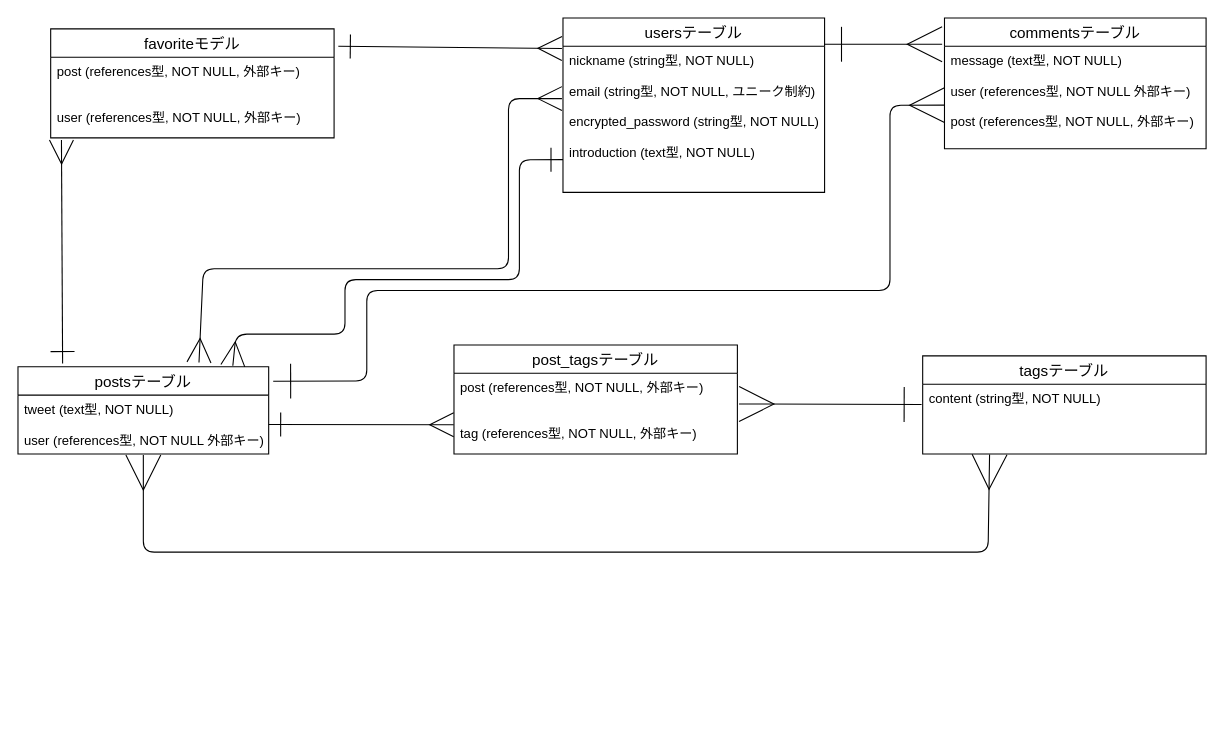
The draw.io diagram repeatstudy.dio in mth3428/repeatstudy, before the edit. Source tidied: cells renumbered, new cells numbered last; positions are measured from the earlier drawing's top-left corner, leaving out a move shared by most shapes. Both pictures are drawn from the tidied source at 109%, with x=0, y=0 at pixel (17, 17).
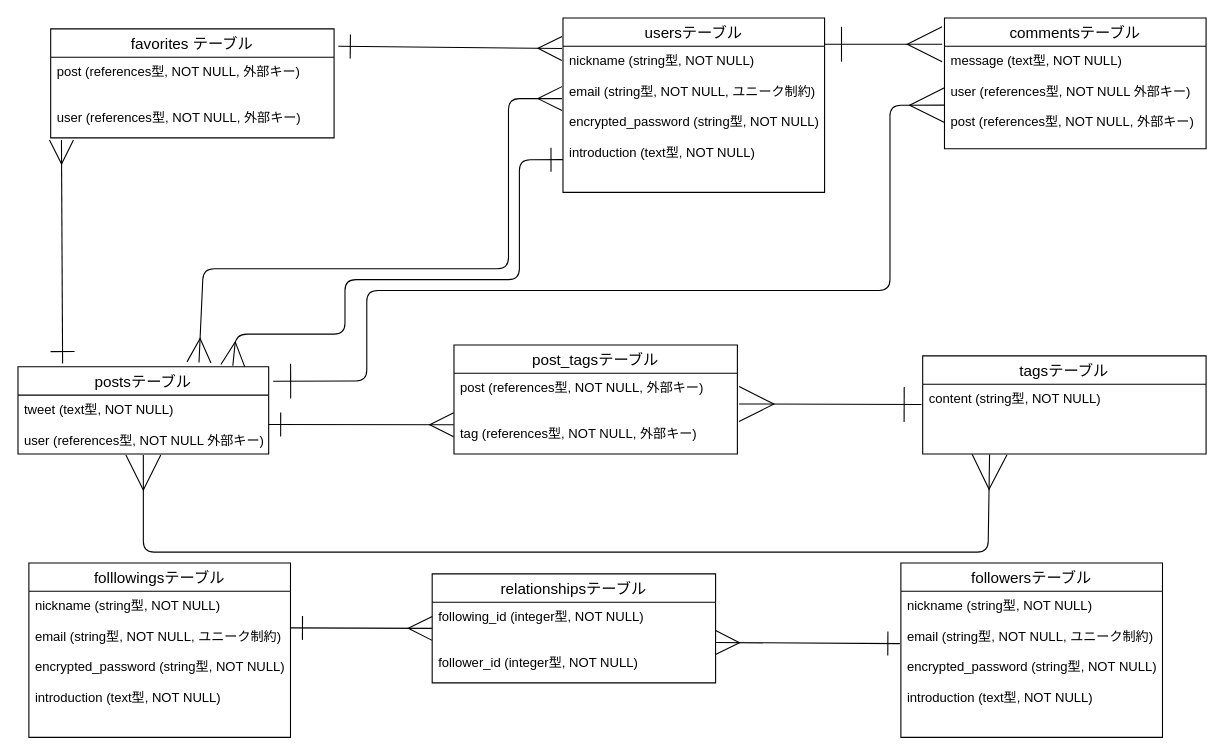
After the change.

What changed in the source:
```diff
@@
-    <mxCell id="18" value="favoriteモデル" style="swimlane;fontStyle=0;horizontal=1;startSize=26;align=center;fontSize=14;" parent="1" vertex="1">
+    <mxCell id="18" value="favorites テーブル" style="swimlane;fontStyle=0;horizontal=1;startSize=26;align=center;fontSize=14;" parent="1" vertex="1">
       <mxGeometry x="30" y="10" width="260" height="100" as="geometry" />
     </mxCell>
@@
+    <mxCell id="23" value="relationshipsテーブル" style="swimlane;fontStyle=0;horizontal=1;startSize=26;align=center;fontSize=14;" parent="1" vertex="1">
+      <mxGeometry x="380" y="510" width="260" height="100" as="geometry" />
+    </mxCell>
+    <mxCell id="24" value="following_id (integer型, NOT NULL)&#10;&#10;&#10;follower_id (integer型, NOT NULL)" style="text;strokeColor=none;fillColor=none;spacingLeft=4;spacingRight=4;overflow=hidden;points=[[0,0.5],[1,0.5]];portConstraint=eastwest;fontSize=12;" parent="23" vertex="1">
+      <mxGeometry y="26" width="260" height="74" as="geometry" />
+    </mxCell>
+    <mxCell id="25" value="followersテーブル" style="swimlane;fontStyle=0;horizontal=1;startSize=26;align=center;fontSize=14;" parent="1" vertex="1">
+      <mxGeometry x="810" y="500" width="240" height="160" as="geometry" />
+    </mxCell>
+    <mxCell id="26" value="nickname (string型, NOT NULL)&#10;&#10;email (string型, NOT NULL, ユニーク制約)&#10;&#10;encrypted_password (string型, NOT NULL)&#10;&#10;introduction (text型, NOT NULL)&#10;" style="text;strokeColor=none;fillColor=none;spacingLeft=4;spacingRight=4;overflow=hidden;points=[[0,0.5],[1,0.5]];portConstraint=eastwest;fontSize=12;" parent="25" vertex="1">
+      <mxGeometry y="26" width="240" height="134" as="geometry" />
+    </mxCell>
+    <mxCell id="27" value="folllowingsテーブル" style="swimlane;fontStyle=0;horizontal=1;startSize=26;align=center;fontSize=14;" parent="1" vertex="1">
+      <mxGeometry x="10" y="500" width="240" height="160" as="geometry" />
+    </mxCell>
+    <mxCell id="28" value="nickname (string型, NOT NULL)&#10;&#10;email (string型, NOT NULL, ユニーク制約)&#10;&#10;encrypted_password (string型, NOT NULL)&#10;&#10;introduction (text型, NOT NULL)&#10;" style="text;strokeColor=none;fillColor=none;spacingLeft=4;spacingRight=4;overflow=hidden;fontSize=12;" parent="27" vertex="1">
+      <mxGeometry y="26" width="240" height="134" as="geometry" />
+    </mxCell>
+    <mxCell id="29" style="edgeStyle=none;html=1;exitX=1;exitY=0.5;exitDx=0;exitDy=0;startArrow=ERone;startFill=0;endArrow=ERmany;endFill=0;startSize=20;endSize=20;sourcePerimeterSpacing=1;strokeWidth=1;" parent="1" edge="1">
+      <mxGeometry relative="1" as="geometry">
+        <mxPoint x="250" y="559.5" as="sourcePoint" />
+        <mxPoint x="380" y="560" as="targetPoint" />
+      </mxGeometry>
+    </mxCell>
+    <mxCell id="30" style="edgeStyle=none;html=1;entryX=1;entryY=0.5;entryDx=0;entryDy=0;startArrow=ERone;startFill=0;endArrow=ERmany;endFill=0;startSize=20;endSize=20;sourcePerimeterSpacing=1;strokeWidth=1;exitX=-0.004;exitY=0.358;exitDx=0;exitDy=0;exitPerimeter=0;" parent="1" edge="1" source="26" target="24">
+      <mxGeometry relative="1" as="geometry" />
+    </mxCell>
```
